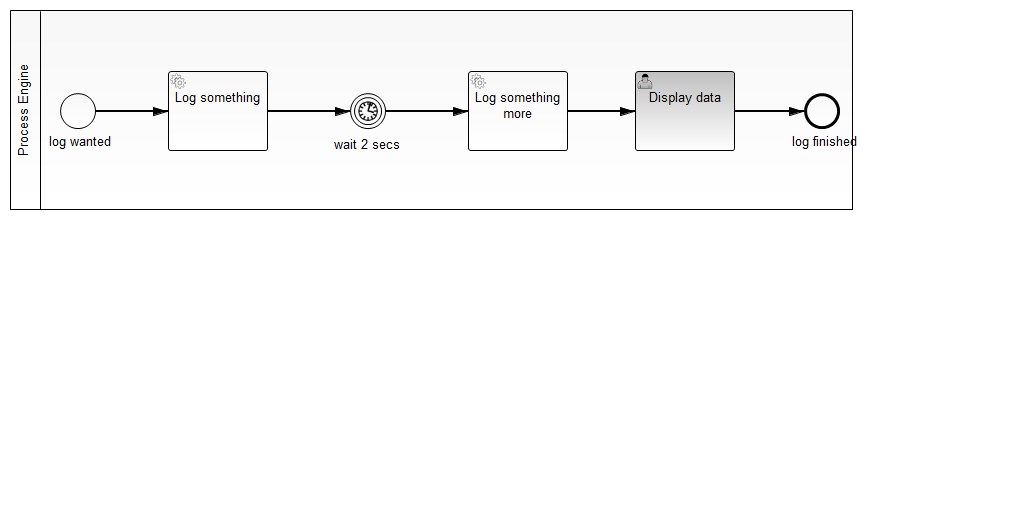
Earlier version of the BPMN export projects/embedded-jee/application/process-application-war/src/main/resources/standaloneEjbProcess.png (ingorichtsmeier/ingo-camunda-examples). Its source is kept beside it as projects/embedded-jee/application/process-application-war/src/main/resources/standaloneEjbProcess.bpmn. Ids are renumbered.
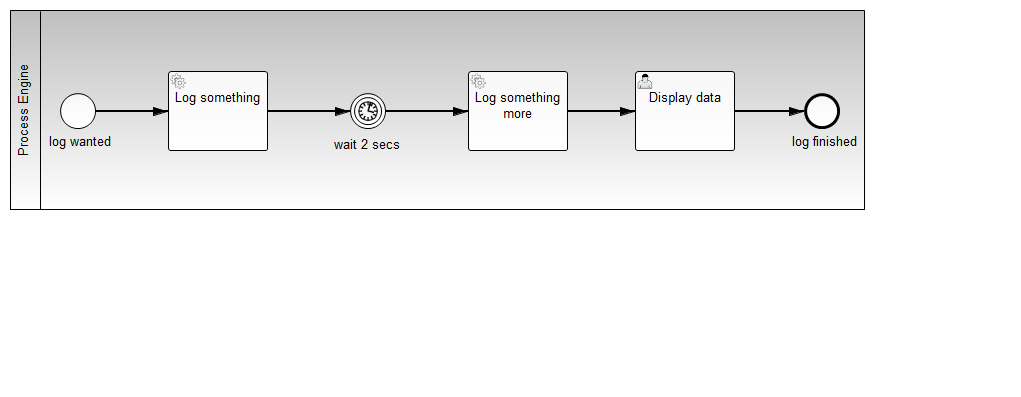
Above is the later version.

The edit, as a diff of the source:
```diff
@@ -10,7 +10,7 @@
       <bpmn2:incoming>SequenceFlow_5</bpmn2:incoming>
     </bpmn2:endEvent>
     <bpmn2:sequenceFlow id="SequenceFlow_1" sourceRef="StartEvent_1" targetRef="Task_1"/>
-    <bpmn2:serviceTask id="Task_1" camunda:class="com.camunda.consulting.processApplication.LoggerDelegate" name="Log something">
+    <bpmn2:serviceTask id="Task_1" camunda:delegateExpression="${logger}" name="Log something">
       <bpmn2:incoming>SequenceFlow_1</bpmn2:incoming>
       <bpmn2:outgoing>SequenceFlow_2</bpmn2:outgoing>
     </bpmn2:serviceTask>
@@ -37,7 +37,7 @@
   <bpmndi:BPMNDiagram id="BPMNDiagram_1" name="Default Collaboration Diagram">
     <bpmndi:BPMNPlane id="BPMNPlane_1" bpmnElement="Collaboration_1">
       <bpmndi:BPMNShape id="BPMNShape_1" bpmnElement="Process_Engine" isHorizontal="true">
-        <dc:Bounds height="200.0" width="843.0" x="10.0" y="10.0"/>
+        <dc:Bounds height="200.0" width="855.0" x="10.0" y="10.0"/>
       </bpmndi:BPMNShape>
       <bpmndi:BPMNShape id="BPMNShape_StartEvent_1" bpmnElement="StartEvent_1">
         <dc:Bounds height="36.0" width="36.0" x="60.0" y="93.0"/>
@@ -70,6 +70,9 @@
       </bpmndi:BPMNEdge>
       <bpmndi:BPMNShape id="_BPMNShape_IntermediateCatchEvent_2" bpmnElement="IntermediateCatchEvent_1">
         <dc:Bounds height="36.0" width="36.0" x="350.0" y="93.0"/>
+        <bpmndi:BPMNLabel>
+          <dc:Bounds height="22.0" width="72.0" x="332.0" y="134.0"/>
+        </bpmndi:BPMNLabel>
       </bpmndi:BPMNShape>
       <bpmndi:BPMNEdge id="BPMNEdge_SequenceFlow_3" bpmnElement="SequenceFlow_3" sourceElement="_BPMNShape_IntermediateCatchEvent_2" targetElement="_BPMNShape_ServiceTask_2">
         <di:waypoint xsi:type="dc:Point" x="386.0" y="111.0"/>
@@ -94,6 +97,9 @@
       <bpmndi:BPMNEdge id="BPMNEdge_SequenceFlow_5" bpmnElement="SequenceFlow_5" sourceElement="_BPMNShape_UserTask_3" targetElement="BPMNShape_EndEvent_1">
         <di:waypoint xsi:type="dc:Point" x="735.0" y="111.0"/>
         <di:waypoint xsi:type="dc:Point" x="804.0" y="111.0"/>
+        <bpmndi:BPMNLabel>
+          <dc:Bounds height="6.0" width="6.0" x="767.0" y="111.0"/>
+        </bpmndi:BPMNLabel>
       </bpmndi:BPMNEdge>
     </bpmndi:BPMNPlane>
   </bpmndi:BPMNDiagram>
```
